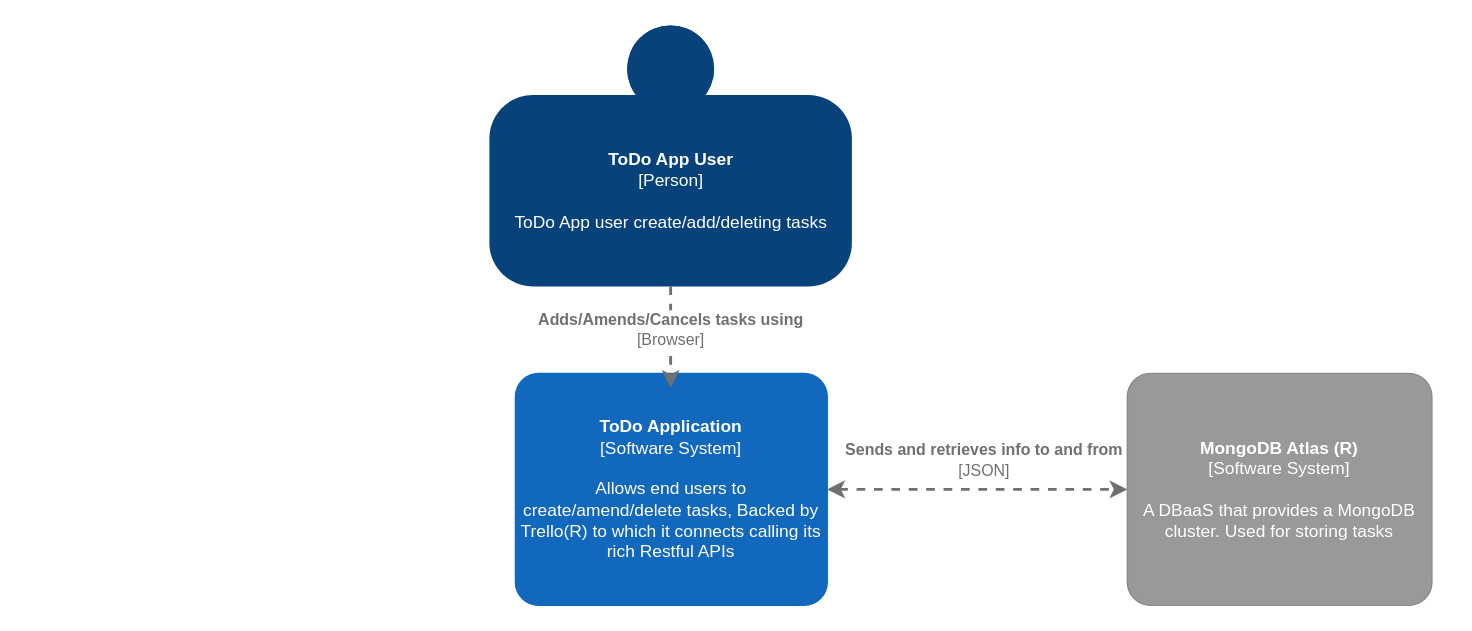
gmoraita/DevOps-Course-Starter keeps this draw.io diagram as page "Context" (1 of 4) of C4-Architecture-diagram.drawio. Above is the earlier version. Source tidied: cells renumbered, new cells numbered last; positions are measured from the earlier drawing's top-left corner, leaving out a move shared by most shapes. Both pictures are drawn from the tidied source at 145%, with x=0, y=0 at pixel (489, 25).
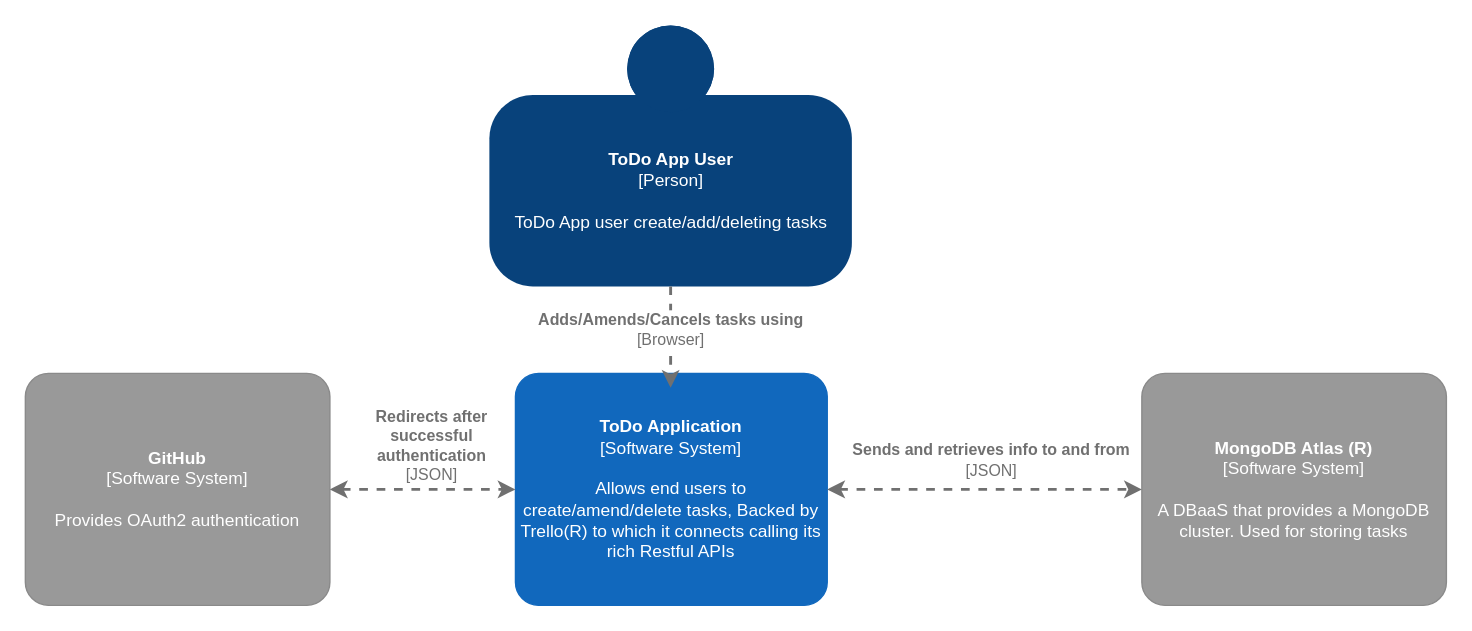
After the change.

Change to the diagram source:
```diff
@@
 <mxGraphModel>
   <root>
     <mxCell id="0" />
     <mxCell id="1" parent="0" />
     <object id="2" label="&lt;b&gt;%c4Name%&lt;/b&gt;&lt;div&gt;[%c4Type%]&lt;/div&gt;&lt;br&gt;&lt;div&gt;%c4Description%&lt;/div&gt;" c4Description="ToDo App user create/add/deleting tasks" c4Name="ToDo App User" c4Type="Person" placeholders="1">
       <mxCell style="html=1;dashed=0;whitespace=wrap;fillColor=#08427b;strokeColor=none;fontColor=#ffffff;shape=mxgraph.c4.person;align=center;points=[[0.5,0,0],[1,0.5,0],[1,0.75,0],[0.75,1,0],[0.5,1,0],[0.25,1,0],[0,0.75,0],[0,0.5,0]];metaData={&quot;c4Type&quot;:{&quot;editable&quot;:false}};" parent="1" vertex="1">
         <mxGeometry width="250" height="180" as="geometry" />
       </mxCell>
     </object>
     <object id="3" label="&lt;b&gt;%c4Name%&lt;/b&gt;&lt;div&gt;[%c4Type%]&lt;/div&gt;&lt;br&gt;&lt;div&gt;%c4Description%&lt;/div&gt;" c4Description="Allows end users to create/amend/delete tasks, Backed by Trello(R) to which it connects calling its rich Restful APIs" c4Name="ToDo Application" c4Type="Software System" placeholders="1">
       <mxCell style="rounded=1;whiteSpace=wrap;html=1;labelBackgroundColor=none;fillColor=#1168BD;fontColor=#ffffff;align=center;arcSize=10;strokeColor=#1168BD;metaData={&quot;c4Type&quot;:{&quot;editable&quot;:false}};points=[[0.25,0,0],[0.5,0,0],[0.75,0,0],[1,0.25,0],[1,0.5,0],[1,0.75,0],[0.75,1,0],[0.5,1,0],[0.25,1,0],[0,0.75,0],[0,0.5,0],[0,0.25,0]];" parent="1" vertex="1">
         <mxGeometry x="18" y="240" width="215" height="160" as="geometry" />
       </mxCell>
     </object>
     <object id="4" label="&lt;b&gt;%c4Name%&lt;/b&gt;&lt;div&gt;[%c4Type%]&lt;/div&gt;&lt;br&gt;&lt;div&gt;%c4Description%&lt;/div&gt;" c4Description="A DBaaS that provides a MongoDB cluster. Used for storing tasks" c4Name="MongoDB Atlas (R)" c4Type="Software System" placeholders="1">
       <mxCell style="rounded=1;whiteSpace=wrap;html=1;labelBackgroundColor=none;fillColor=#999999;fontColor=#ffffff;align=center;arcSize=10;strokeColor=#8A8A8A;metaData={&quot;c4Type&quot;:{&quot;editable&quot;:false}};points=[[0.25,0,0],[0.5,0,0],[0.75,0,0],[1,0.25,0],[1,0.5,0],[1,0.75,0],[0.75,1,0],[0.5,1,0],[0.25,1,0],[0,0.75,0],[0,0.5,0],[0,0.25,0]];" parent="1" vertex="1">
-        <mxGeometry x="440" y="240" width="210" height="160" as="geometry" />
+        <mxGeometry x="450" y="240" width="210" height="160" as="geometry" />
       </mxCell>
     </object>
     <object id="5" label="&lt;div style=&quot;text-align: left&quot;&gt;&lt;div style=&quot;text-align: center&quot;&gt;&lt;b&gt;%c4Description%&lt;/b&gt;&lt;/div&gt;&lt;div style=&quot;text-align: center&quot;&gt;[%c4Technology%]&lt;/div&gt;&lt;/div&gt;" c4Description="Adds/Amends/Cancels tasks using" c4Technology="Browser" placeholders="1">
       <mxCell style="edgeStyle=none;rounded=0;html=1;jettySize=auto;strokeColor=#707070;strokeWidth=2;fontColor=#707070;jumpStyle=none;dashed=1;metaData={&quot;c4Type&quot;:{&quot;editable&quot;:false}};" parent="1" edge="1" source="2">
         <mxGeometry x="-0.14" relative="1" as="geometry">
           <mxPoint x="125" y="250" as="targetPoint" />
         </mxGeometry>
       </mxCell>
     </object>
     <object id="6" label="&lt;div style=&quot;text-align: left&quot;&gt;&lt;div style=&quot;text-align: center&quot;&gt;&lt;b&gt;%c4Description%&lt;/b&gt;&lt;/div&gt;&lt;div style=&quot;text-align: center&quot;&gt;[%c4Technology%]&lt;/div&gt;&lt;/div&gt;" c4Description="Sends and retrieves info to and from" c4Technology="JSON" placeholders="1">
       <mxCell style="edgeStyle=none;rounded=0;html=1;jettySize=auto;strokeColor=#707070;strokeWidth=2;fontColor=#707070;jumpStyle=none;dashed=1;metaData={&quot;c4Type&quot;:{&quot;editable&quot;:false}};entryX=0;entryY=0.5;entryDx=0;entryDy=0;entryPerimeter=0;startArrow=classic;startFill=1;" parent="1" edge="1" source="3" target="4">
         <mxGeometry x="0.04" y="20" relative="1" as="geometry">
           <Array as="points">
             <mxPoint x="300" y="320" />
           </Array>
         </mxGeometry>
       </mxCell>
     </object>
+    <object id="7" label="&lt;b&gt;%c4Name%&lt;/b&gt;&lt;div&gt;[%c4Type%]&lt;/div&gt;&lt;br&gt;&lt;div&gt;%c4Description%&lt;/div&gt;" c4Description="Provides OAuth2 authentication" c4Name="GitHub" c4Type="Software System" placeholders="1">
+      <mxCell style="rounded=1;whiteSpace=wrap;html=1;labelBackgroundColor=none;fillColor=#999999;fontColor=#ffffff;align=center;arcSize=10;strokeColor=#8A8A8A;metaData={&quot;c4Type&quot;:{&quot;editable&quot;:false}};points=[[0.25,0,0],[0.5,0,0],[0.75,0,0],[1,0.25,0],[1,0.5,0],[1,0.75,0],[0.75,1,0],[0.5,1,0],[0.25,1,0],[0,0.75,0],[0,0.5,0],[0,0.25,0]];" parent="1" vertex="1">
+        <mxGeometry x="-320" y="240" width="210" height="160" as="geometry" />
+      </mxCell>
+    </object>
+    <object id="8" label="&lt;div style=&quot;text-align: left&quot;&gt;&lt;div style=&quot;text-align: center&quot;&gt;&lt;b&gt;%c4Description%&lt;/b&gt;&lt;/div&gt;&lt;div style=&quot;text-align: center&quot;&gt;[%c4Technology%]&lt;/div&gt;&lt;/div&gt;" c4Description="Redirects after&#10;successful&#10;authentication" c4Technology="JSON" placeholders="1">
+      <mxCell style="edgeStyle=none;rounded=0;html=1;jettySize=auto;strokeColor=#707070;strokeWidth=2;fontColor=#707070;jumpStyle=none;dashed=1;metaData={&quot;c4Type&quot;:{&quot;editable&quot;:false}};startArrow=classic;startFill=1;exitX=1;exitY=0.5;exitDx=0;exitDy=0;exitPerimeter=0;entryX=0;entryY=0.5;entryDx=0;entryDy=0;entryPerimeter=0;" parent="1" edge="1" source="7" target="3">
+        <mxGeometry x="0.09" y="30" relative="1" as="geometry" />
+      </mxCell>
+    </object>
   </root>
 </mxGraphModel>
```
